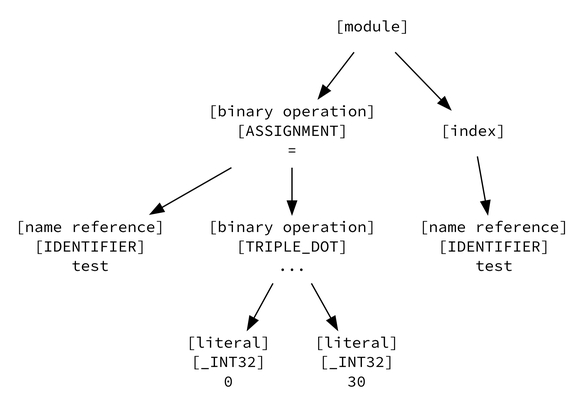
Above: test.png in ImOnALampshade/brandy (Graphviz), before the change. Its source is kept beside it as test.dot.
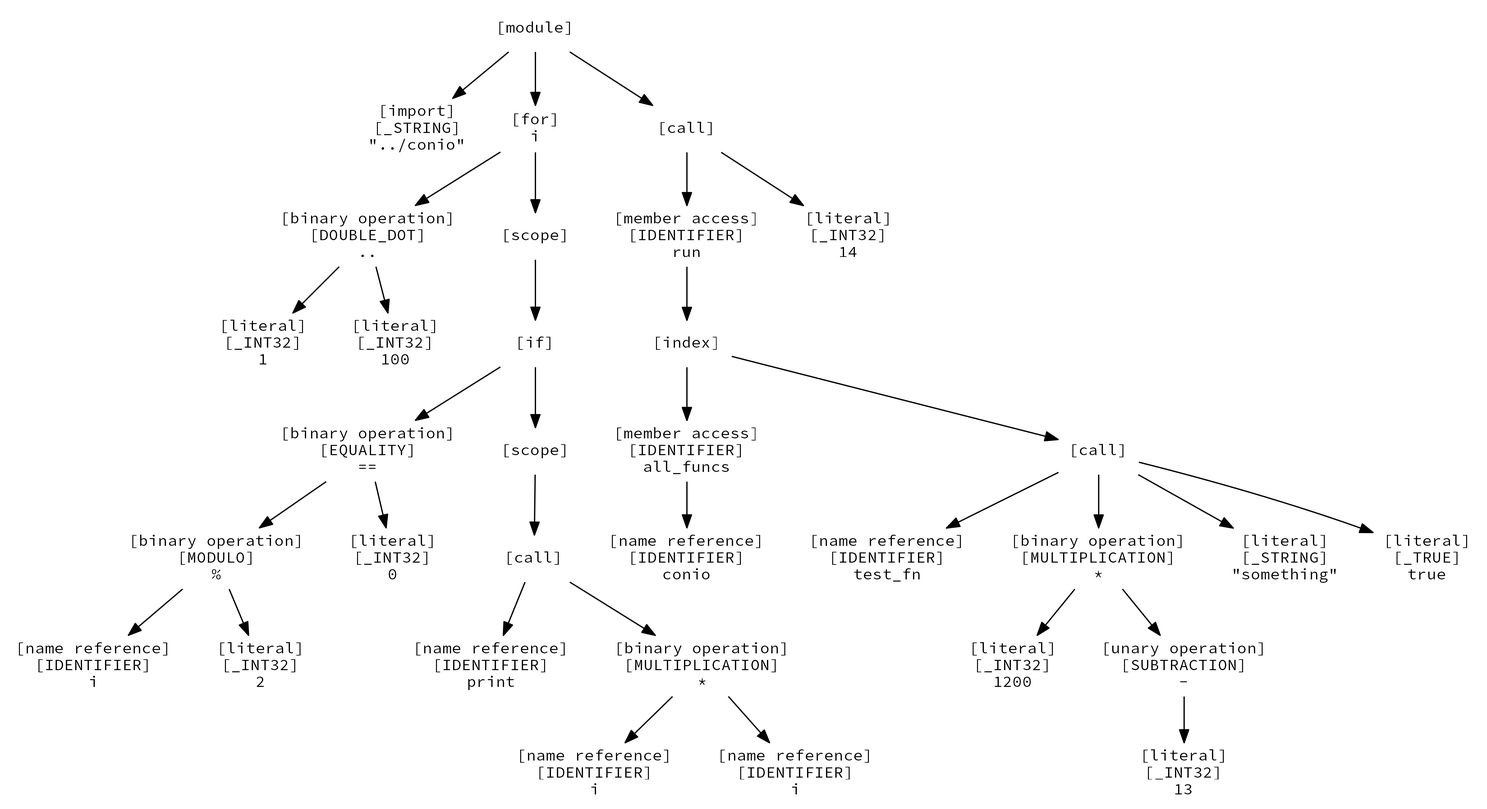
The same diagram one commit later.

Diff of the diagram source:
```diff
@@ -1,16 +1,54 @@
 strict digraph {
 	graph [dpi=300];
 	node [shape=plaintext fontname="Source Code Pro" fontsize=12];
-	ptr0x7fbdc240fed0 [label="[module]"];
-	ptr0x7fbdc240fed0 -> { ptr0x7fbdc240ff70 ptr0x7fbdc240fe90 };
-	ptr0x7fbdc240ff70 [label="[binary operation]\n[ASSIGNMENT]\n="];
-	ptr0x7fbdc240ff70 -> { ptr0x7fbdc24100b0 ptr0x7fbdc2410010 };
-	ptr0x7fbdc24100b0 [label="[name reference]\n[IDENTIFIER]\ntest"];
-	ptr0x7fbdc2410010 [label="[binary operation]\n[TRIPLE_DOT]\n..."];
-	ptr0x7fbdc2410010 -> { ptr0x7fbdc2410140 ptr0x7fbdc24101d0 };
-	ptr0x7fbdc2410140 [label="[literal]\n[_INT32]\n0"];
-	ptr0x7fbdc24101d0 [label="[literal]\n[_INT32]\n30"];
-	ptr0x7fbdc240fe90 [label="[index]"];
-	ptr0x7fbdc240fe90 -> { ptr0x7fbdc240fe50 };
-	ptr0x7fbdc240fe50 [label="[name reference]\n[IDENTIFIER]\ntest"];
+	ptr02B74C48 [label="[module]"];
+	ptr02B74C48 -> { ptr02B74CA8 ptr02B74D08 ptr02B7F390 };
+	ptr02B74CA8 [label="[import]\n[_STRING]\n\"../conio\""];
+	ptr02B74D08 [label="[for]\ni"];
+	ptr02B74D08 -> { ptr02BA5FA0 ptr02BA3460 };
+	ptr02BA5FA0 [label="[binary operation]\n[DOUBLE_DOT]\n.."];
+	ptr02BA5FA0 -> { ptr02BA3050 ptr02BA30A0 };
+	ptr02BA3050 [label="[literal]\n[_INT32]\n1"];
+	ptr02BA30A0 [label="[literal]\n[_INT32]\n100"];
+	ptr02BA3460 [label="[scope]"];
+	ptr02BA3460 -> { ptr02B7B828 };
+	ptr02B7B828 [label="[if]"];
+	ptr02B7B828 -> { ptr02B7E028 ptr02BA33C0 };
+	ptr02B7E028 [label="[binary operation]\n[EQUALITY]\n=="];
+	ptr02B7E028 -> { ptr02B7E550 ptr02BA3640 };
+	ptr02B7E550 [label="[binary operation]\n[MODULO]\n%"];
+	ptr02B7E550 -> { ptr02BA3550 ptr02BA31E0 };
+	ptr02BA3550 [label="[name reference]\n[IDENTIFIER]\ni"];
+	ptr02BA31E0 [label="[literal]\n[_INT32]\n2"];
+	ptr02BA3640 [label="[literal]\n[_INT32]\n0"];
+	ptr02BA33C0 [label="[scope]"];
+	ptr02BA33C0 -> { ptr02BA3280 };
+	ptr02BA3280 [label="[call]"];
+	ptr02BA3280 -> { ptr02BA3230 ptr02B7E600 };
+	ptr02BA3230 [label="[name reference]\n[IDENTIFIER]\nprint"];
+	ptr02B7E600 [label="[binary operation]\n[MULTIPLICATION]\n*"];
+	ptr02B7E600 -> { ptr02BA30F0 ptr02BA3140 };
+	ptr02BA30F0 [label="[name reference]\n[IDENTIFIER]\ni"];
+	ptr02BA3140 [label="[name reference]\n[IDENTIFIER]\ni"];
+	ptr02B7F390 [label="[call]"];
+	ptr02B7F390 -> { ptr02B7F4D0 ptr02B7F890 };
+	ptr02B7F4D0 [label="[member access]\n[IDENTIFIER]\nrun"];
+	ptr02B7F4D0 -> { ptr02B7B168 };
+	ptr02B7B168 [label="[index]"];
+	ptr02B7B168 -> { ptr02BA32D0 ptr02BA3730 };
+	ptr02BA32D0 [label="[member access]\n[IDENTIFIER]\nall_funcs"];
+	ptr02BA32D0 -> { ptr02BA3690 };
+	ptr02BA3690 [label="[name reference]\n[IDENTIFIER]\nconio"];
+	ptr02BA3730 [label="[call]"];
+	ptr02BA3730 -> { ptr02BA35F0 ptr02B7E3F0 ptr02B7F660 ptr02B7F570 };
+	ptr02BA35F0 [label="[name reference]\n[IDENTIFIER]\ntest_fn"];
+	ptr02B7E3F0 [label="[binary operation]\n[MULTIPLICATION]\n*"];
+	ptr02B7E3F0 -> { ptr02BA3320 ptr02BA2FB0 };
+	ptr02BA3320 [label="[literal]\n[_INT32]\n1200"];
+	ptr02BA2FB0 [label="[unary operation]\n[SUBTRACTION]\n-"];
+	ptr02BA2FB0 -> { ptr02B7F520 };
+	ptr02B7F520 [label="[literal]\n[_INT32]\n13"];
+	ptr02B7F660 [label="[literal]\n[_STRING]\n\"something\""];
+	ptr02B7F570 [label="[literal]\n[_TRUE]\ntrue"];
+	ptr02B7F890 [label="[literal]\n[_INT32]\n14"];
 }
```
